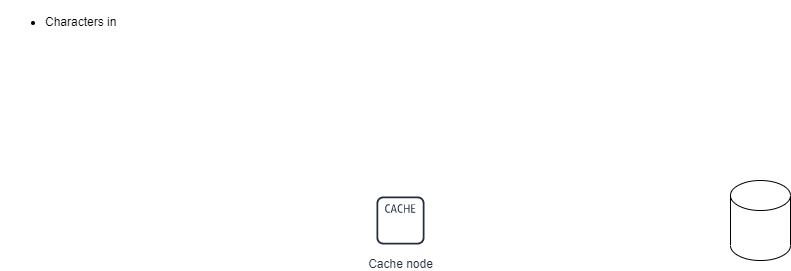
This is fileSharingSystem.png from pri-tri/System_Designs, a draw.io export, as it was before one commit. Source tidied: cells renumbered, new cells last; positions are measured from the earlier drawing's top-left corner, leaving out a move shared by most shapes. The source it was exported from:
```xml
<mxGraphModel>
  <root>
    <mxCell id="0" />
    <mxCell id="1" parent="0" />
    <mxCell id="2" style="shape=cylinder2;whiteSpace=wrap;html=1;boundedLbl=1;backgroundOutline=1;size=15;" parent="1" vertex="1">
      <mxGeometry x="730" y="170" width="60" height="80" as="geometry" />
    </mxCell>
    <mxCell id="3" value="Cache node" style="fontColor=#232F3E;gradientColor=none;strokeColor=#232F3E;fillColor=#ffffff;dashed=0;verticalLabelPosition=bottom;verticalAlign=top;align=center;html=1;fontSize=12;fontStyle=0;shape=mxgraph.aws4.resourceIcon;resIcon=mxgraph.aws4.cache_node;" parent="1" vertex="1">
      <mxGeometry x="370" y="180" width="60" height="60" as="geometry" />
    </mxCell>
    <mxCell id="4" value="&lt;h1 style=&quot;line-height: 50%&quot;&gt;&lt;ul style=&quot;font-size: 12px&quot;&gt;&lt;li&gt;&lt;span style=&quot;font-weight: normal&quot;&gt;Characters in&amp;nbsp;&lt;/span&gt;&lt;/li&gt;&lt;/ul&gt;&lt;/h1&gt;" style="text;html=1;strokeColor=none;fillColor=none;spacing=5;spacingTop=-20;whiteSpace=wrap;overflow=hidden;rounded=0;" parent="1" vertex="1">
      <mxGeometry width="330" height="120" as="geometry" />
    </mxCell>
  </root>
</mxGraphModel>
```
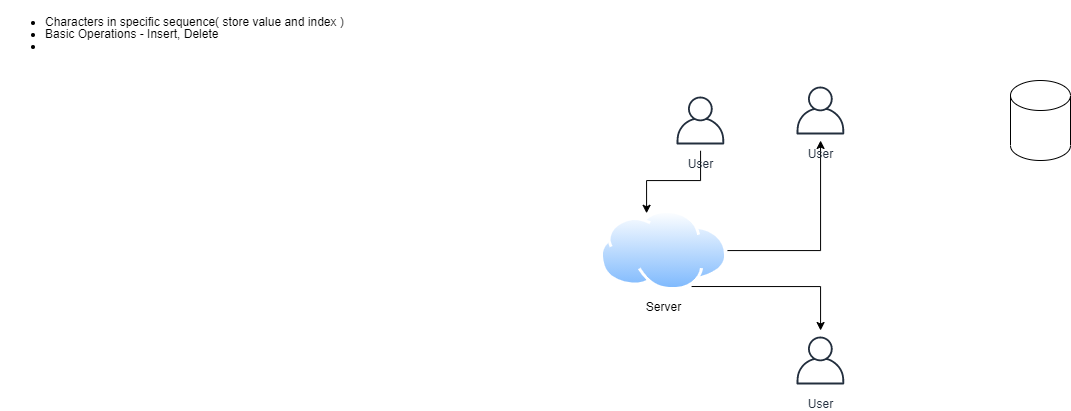
Later version of the same file.

Change to the diagram source:
```diff
@@ -3,13 +3,31 @@
     <mxCell id="0" />
     <mxCell id="1" parent="0" />
     <mxCell id="2" style="shape=cylinder2;whiteSpace=wrap;html=1;boundedLbl=1;backgroundOutline=1;size=15;" parent="1" vertex="1">
-      <mxGeometry x="730" y="170" width="60" height="80" as="geometry" />
+      <mxGeometry x="1010" y="70" width="60" height="80" as="geometry" />
     </mxCell>
-    <mxCell id="3" value="Cache node" style="fontColor=#232F3E;gradientColor=none;strokeColor=#232F3E;fillColor=#ffffff;dashed=0;verticalLabelPosition=bottom;verticalAlign=top;align=center;html=1;fontSize=12;fontStyle=0;shape=mxgraph.aws4.resourceIcon;resIcon=mxgraph.aws4.cache_node;" parent="1" vertex="1">
-      <mxGeometry x="370" y="180" width="60" height="60" as="geometry" />
-    </mxCell>
-    <mxCell id="4" value="&lt;h1 style=&quot;line-height: 50%&quot;&gt;&lt;ul style=&quot;font-size: 12px&quot;&gt;&lt;li&gt;&lt;span style=&quot;font-weight: normal&quot;&gt;Characters in&amp;nbsp;&lt;/span&gt;&lt;/li&gt;&lt;/ul&gt;&lt;/h1&gt;" style="text;html=1;strokeColor=none;fillColor=none;spacing=5;spacingTop=-20;whiteSpace=wrap;overflow=hidden;rounded=0;" parent="1" vertex="1">
-      <mxGeometry width="330" height="120" as="geometry" />
+    <mxCell id="4" value="&lt;h1 style=&quot;line-height: 50%&quot;&gt;&lt;ul style=&quot;font-size: 12px&quot;&gt;&lt;li&gt;&lt;span style=&quot;font-weight: normal&quot;&gt;Characters in specific sequence( store value and index )&lt;/span&gt;&lt;/li&gt;&lt;li&gt;&lt;span style=&quot;font-weight: normal&quot;&gt;Basic Operations - Insert, Delete&lt;/span&gt;&lt;/li&gt;&lt;li&gt;&lt;span style=&quot;font-weight: normal&quot;&gt;&lt;br&gt;&lt;/span&gt;&lt;/li&gt;&lt;/ul&gt;&lt;/h1&gt;" style="text;html=1;strokeColor=none;fillColor=none;spacing=5;spacingTop=-20;whiteSpace=wrap;overflow=hidden;rounded=0;" parent="1" vertex="1">
+      <mxGeometry width="560" height="120" as="geometry" />
     </mxCell>
+    <mxCell id="5" style="edgeStyle=orthogonalEdgeStyle;rounded=0;jettySize=auto;html=1;" parent="1" edge="1" source="7" target="8">
+      <mxGeometry relative="1" as="geometry" />
+    </mxCell>
+    <mxCell id="6" style="edgeStyle=orthogonalEdgeStyle;rounded=0;jettySize=auto;html=1;exitX=0.75;exitY=1;exitDx=0;exitDy=0;" parent="1" edge="1" source="7" target="11">
+      <mxGeometry relative="1" as="geometry" />
+    </mxCell>
+    <mxCell id="7" value="Server" style="perimeter=ellipsePerimeter;html=1;align=center;shadow=0;dashed=0;spacingTop=3;image;image=img/lib/active_directory/internet_cloud.svg;" parent="1" vertex="1">
+      <mxGeometry x="600" y="200" width="127" height="80" as="geometry" />
+    </mxCell>
+    <mxCell id="8" value="User" style="outlineConnect=0;fontColor=#232F3E;gradientColor=none;strokeColor=#232F3E;fillColor=#ffffff;dashed=0;verticalLabelPosition=bottom;verticalAlign=top;align=center;html=1;fontSize=12;fontStyle=0;shape=mxgraph.aws4.resourceIcon;resIcon=mxgraph.aws4.user;" parent="1" vertex="1">
+      <mxGeometry x="790" y="70" width="60" height="60" as="geometry" />
+    </mxCell>
+    <mxCell id="9" style="edgeStyle=orthogonalEdgeStyle;rounded=0;jettySize=auto;html=1;entryX=0.363;entryY=0.035;entryDx=0;entryDy=0;entryPerimeter=0;" parent="1" edge="1" source="10" target="7">
+      <mxGeometry relative="1" as="geometry" />
+    </mxCell>
+    <mxCell id="10" value="User" style="outlineConnect=0;fontColor=#232F3E;gradientColor=none;strokeColor=#232F3E;fillColor=#ffffff;dashed=0;verticalLabelPosition=bottom;verticalAlign=top;align=center;html=1;fontSize=12;fontStyle=0;shape=mxgraph.aws4.resourceIcon;resIcon=mxgraph.aws4.user;" parent="1" vertex="1">
+      <mxGeometry x="670" y="80" width="60" height="60" as="geometry" />
+    </mxCell>
+    <mxCell id="11" value="User" style="outlineConnect=0;fontColor=#232F3E;gradientColor=none;strokeColor=#232F3E;fillColor=#ffffff;dashed=0;verticalLabelPosition=bottom;verticalAlign=top;align=center;html=1;fontSize=12;fontStyle=0;shape=mxgraph.aws4.resourceIcon;resIcon=mxgraph.aws4.user;" parent="1" vertex="1">
+      <mxGeometry x="790" y="320" width="60" height="60" as="geometry" />
+    </mxCell>
   </root>
 </mxGraphModel>
```
